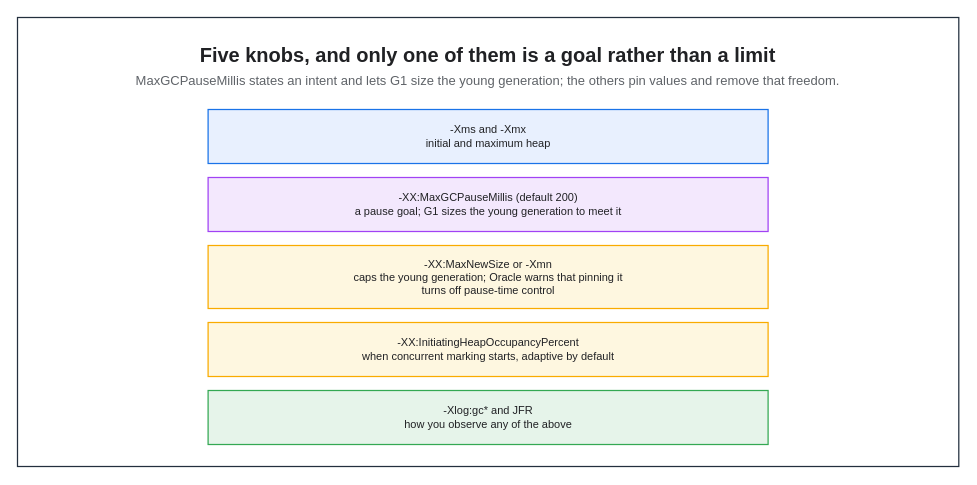
This is assets/img/jvm/jvm-09-gc-tuning-params.drawio from KKamJi98/kkamji98.github.io, a draw.io file, before an edit. Source tidied: cells renumbered, new cells numbered last; positions are measured from the earlier drawing's top-left corner, leaving out a move shared by most shapes. Both pictures are drawn from the tidied source at 100%, with x=0, y=0 at pixel (17, 17).
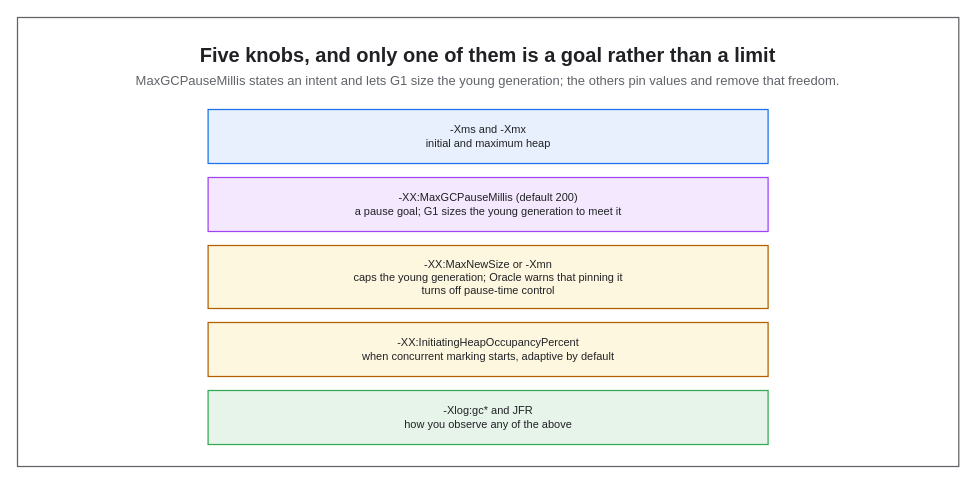
The same page after the edit.

Change to the diagram source:
```diff
@@
 <mxGraphModel background="#FFFFFF">
   <root>
     <mxCell id="0" />
     <mxCell id="1" parent="0" />
-    <mxCell id="2" style="rounded=0;html=0;fillColor=none;strokeColor=#232F3E;fontColor=#202124;strokeWidth=1.25;" parent="1" vertex="1">
+    <mxCell id="2" style="rounded=0;html=0;fillColor=none;strokeColor=#5F6368;fontColor=#202124;strokeWidth=1.25;" parent="1" vertex="1">
       <mxGeometry width="941.3" height="449" as="geometry" />
     </mxCell>
     <mxCell id="3" value="Five knobs, and only one of them is a goal rather than a limit" style="text;html=0;whiteSpace=wrap;fillColor=none;strokeColor=none;fontColor=#202124;fontSize=20;fontStyle=1;align=center;verticalAlign=middle;" parent="1" vertex="1">
       <mxGeometry x="22" y="22" width="897.3" height="30" as="geometry" />
     </mxCell>
     <mxCell id="4" value="MaxGCPauseMillis states an intent and lets G1 size the young generation; the others pin values and remove that freedom." style="text;html=0;whiteSpace=wrap;fillColor=none;strokeColor=none;fontColor=#5F6368;fontSize=13;fontStyle=0;align=center;verticalAlign=middle;" parent="1" vertex="1">
       <mxGeometry x="22" y="52" width="897.3" height="22" as="geometry" />
     </mxCell>
     <mxCell id="5" value="-Xms and -Xmx&#10;initial and maximum heap" style="rounded=0;whiteSpace=wrap;html=0;fillColor=#E8F0FE;strokeColor=#1A73E8;fontColor=#202124;fontSize=11;fontStyle=0;align=center;verticalAlign=middle;spacingLeft=6;spacingRight=6;strokeWidth=1.25;" parent="1" vertex="1">
       <mxGeometry x="190.6" y="92" width="560" height="54" as="geometry" />
     </mxCell>
     <mxCell id="6" value="-XX:MaxGCPauseMillis  (default 200)&#10;a pause goal; G1 sizes the young generation to meet it" style="rounded=0;whiteSpace=wrap;html=0;fillColor=#F3E8FD;strokeColor=#A142F4;fontColor=#202124;fontSize=11;fontStyle=0;align=center;verticalAlign=middle;spacingLeft=6;spacingRight=6;strokeWidth=1.25;" parent="1" vertex="1">
       <mxGeometry x="190.6" y="160" width="560" height="54" as="geometry" />
     </mxCell>
-    <mxCell id="7" value="-XX:MaxNewSize or -Xmn&#10;caps the young generation; Oracle warns that pinning it&#10;turns off pause-time control" style="rounded=0;whiteSpace=wrap;html=0;fillColor=#FEF7E0;strokeColor=#F9AB00;fontColor=#202124;fontSize=11;fontStyle=0;align=center;verticalAlign=middle;spacingLeft=6;spacingRight=6;strokeWidth=1.25;" parent="1" vertex="1">
+    <mxCell id="7" value="-XX:MaxNewSize or -Xmn&#10;caps the young generation; Oracle warns that pinning it&#10;turns off pause-time control" style="rounded=0;whiteSpace=wrap;html=0;fillColor=#FEF7E0;strokeColor=#B06000;fontColor=#202124;fontSize=11;fontStyle=0;align=center;verticalAlign=middle;spacingLeft=6;spacingRight=6;strokeWidth=1.25;" parent="1" vertex="1">
       <mxGeometry x="190.6" y="228" width="560" height="63" as="geometry" />
     </mxCell>
-    <mxCell id="8" value="-XX:InitiatingHeapOccupancyPercent&#10;when concurrent marking starts, adaptive by default" style="rounded=0;whiteSpace=wrap;html=0;fillColor=#FEF7E0;strokeColor=#F9AB00;fontColor=#202124;fontSize=11;fontStyle=0;align=center;verticalAlign=middle;spacingLeft=6;spacingRight=6;strokeWidth=1.25;" parent="1" vertex="1">
+    <mxCell id="8" value="-XX:InitiatingHeapOccupancyPercent&#10;when concurrent marking starts, adaptive by default" style="rounded=0;whiteSpace=wrap;html=0;fillColor=#FEF7E0;strokeColor=#B06000;fontColor=#202124;fontSize=11;fontStyle=0;align=center;verticalAlign=middle;spacingLeft=6;spacingRight=6;strokeWidth=1.25;" parent="1" vertex="1">
       <mxGeometry x="190.6" y="305" width="560" height="54" as="geometry" />
     </mxCell>
     <mxCell id="9" value="-Xlog:gc* and JFR&#10;how you observe any of the above" style="rounded=0;whiteSpace=wrap;html=0;fillColor=#E6F4EA;strokeColor=#34A853;fontColor=#202124;fontSize=11;fontStyle=0;align=center;verticalAlign=middle;spacingLeft=6;spacingRight=6;strokeWidth=1.25;" parent="1" vertex="1">
       <mxGeometry x="190.6" y="373" width="560" height="54" as="geometry" />
     </mxCell>
   </root>
 </mxGraphModel>
```
